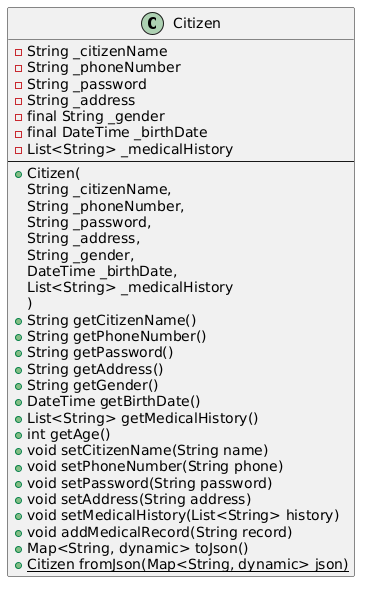
The PlantUML diagram Pre-Processing/Citizen.png in AbobakerAhmed/Code-For-Sudan, before a commit.
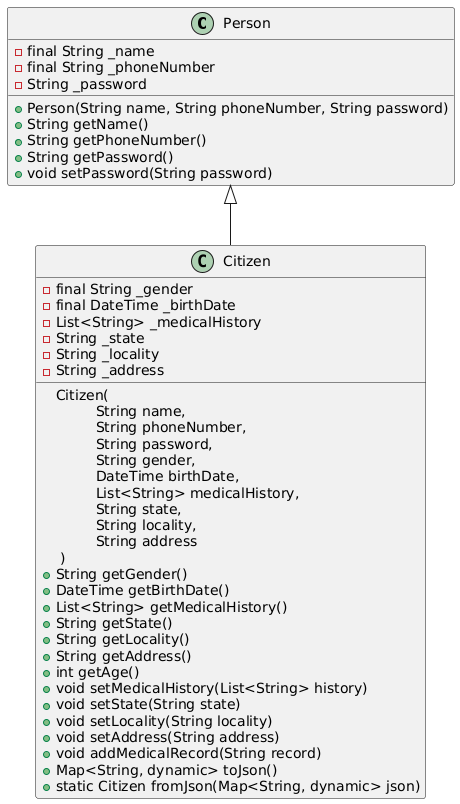
Later version of the same file.

What changed in the source:
```diff
@@ -1,37 +1,40 @@
 @startuml
+class Person {
+  - final String _name
+  - final String _phoneNumber
+  - String _password
+
+  + Person(String name, String phoneNumber, String password)
+  + String getName()
+  + String getPhoneNumber()
+  + String getPassword()
+  + void setPassword(String password)
+}
+
 class Citizen {
-  - String _citizenName
-  - String _phoneNumber
-  - String _password
-  - String _address
   - final String _gender
   - final DateTime _birthDate
   - List<String> _medicalHistory
-  --
-  + Citizen(
-    String _citizenName,
-    String _phoneNumber,
-    String _password,
-    String _address,
-    String _gender,
-    DateTime _birthDate,
-    List<String> _medicalHistory
-  )
-  + String getCitizenName()
-  + String getPhoneNumber()
-  + String getPassword()
-  + String getAddress()
+  - String _state
+  - String _locality
+  - String _address
+
+  + Citizen(\n\t String name,\n\t String phoneNumber,\n\t String password,\n\t String gender,\n\t DateTime birthDate,\n\t List<String> medicalHistory,\n\t String state,\n\t String locality,\n\t String address\n )
   + String getGender()
   + DateTime getBirthDate()
   + List<String> getMedicalHistory()
+  + String getState()
+  + String getLocality()
+  + String getAddress()
   + int getAge()
-  + void setCitizenName(String name)
-  + void setPhoneNumber(String phone)
-  + void setPassword(String password)
+  + void setMedicalHistory(List<String> history)
+  + void setState(String state)
+  + void setLocality(String locality)
   + void setAddress(String address)
-  + void setMedicalHistory(List<String> history)
   + void addMedicalRecord(String record)
   + Map<String, dynamic> toJson()
-  + {static} Citizen fromJson(Map<String, dynamic> json)
+  + static Citizen fromJson(Map<String, dynamic> json)
 }
+
+Person <|-- Citizen
 @enduml
```
